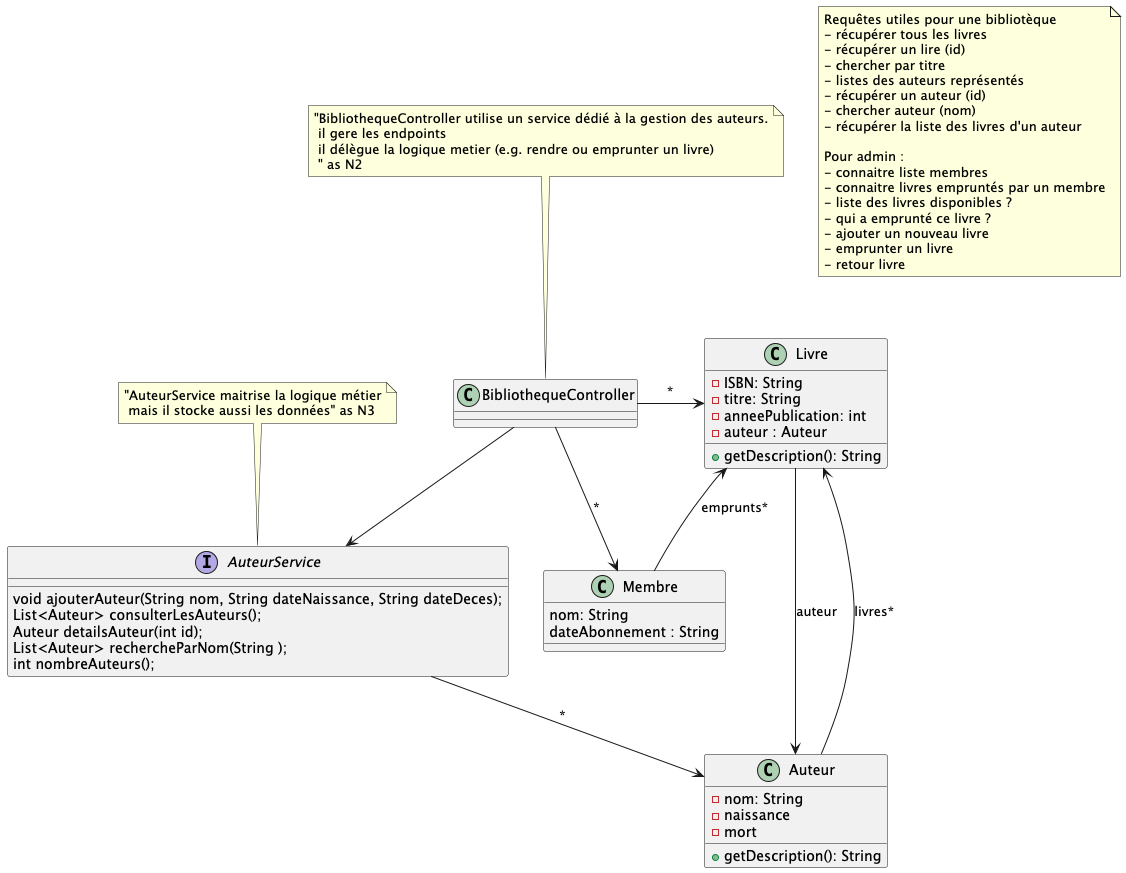
florentBourgeois/biblioWeb-25-26 keeps this PlantUML diagram as doc/Archi_V2.png. Above is the earlier version.
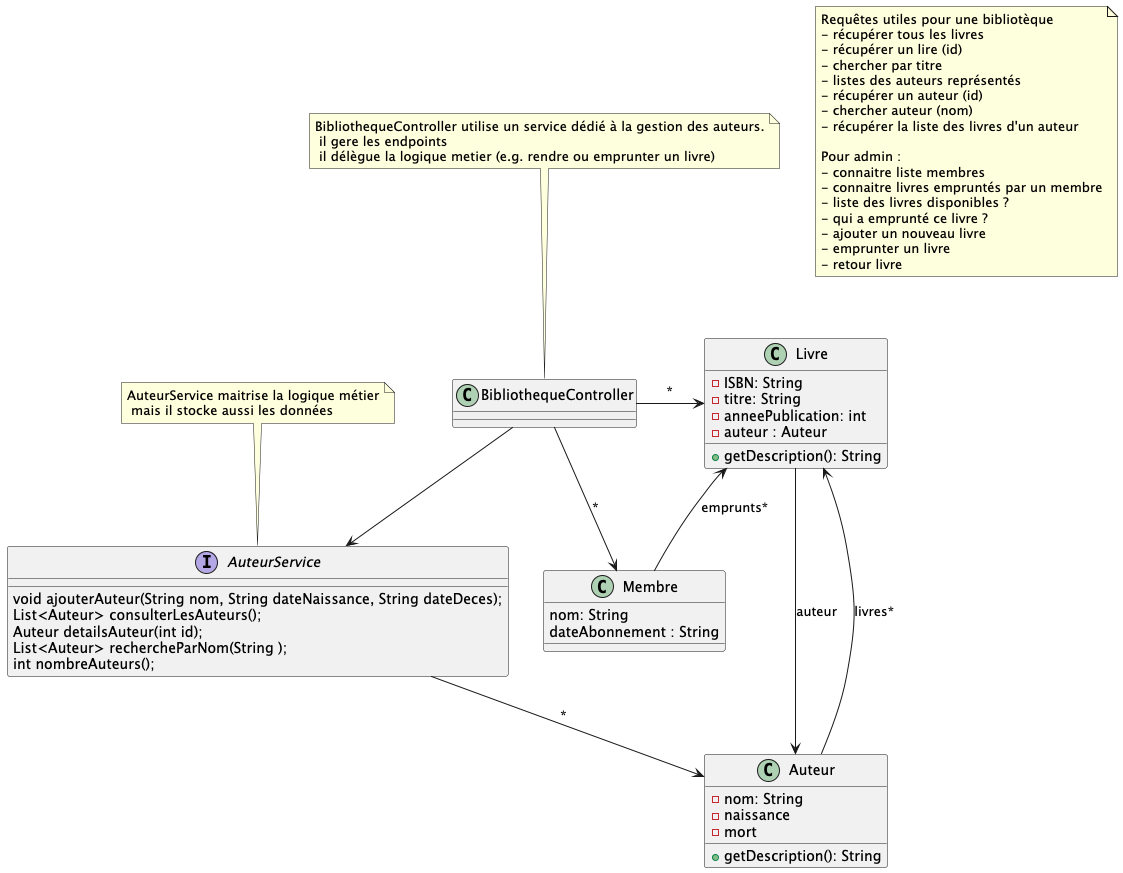
Above is the later version.

Commit message:
archi V3 documentée

Change to the diagram source:
```diff
@@ -4,7 +4,7 @@
 class BibliothequeController{
 
 }
-note top : "BibliothequeController utilise un service dédié à la gestion des auteurs.\n il gere les endpoints\n il délègue la logique metier (e.g. rendre ou emprunter un livre)\n " as N2
+note top : BibliothequeController utilise un service dédié à la gestion des auteurs.\n il gere les endpoints\n il délègue la logique metier (e.g. rendre ou emprunter un livre)
 
 BibliothequeController -> Livre :"*"
 BibliothequeController --> AuteurService
@@ -18,7 +18,7 @@
     int nombreAuteurs();
 }
 
-note top : "AuteurService maitrise la logique métier\n mais il stocke aussi les données" as N3
+note top : AuteurService maitrise la logique métier\n mais il stocke aussi les données
 
 
 AuteurService --> Auteur : "*"
```
